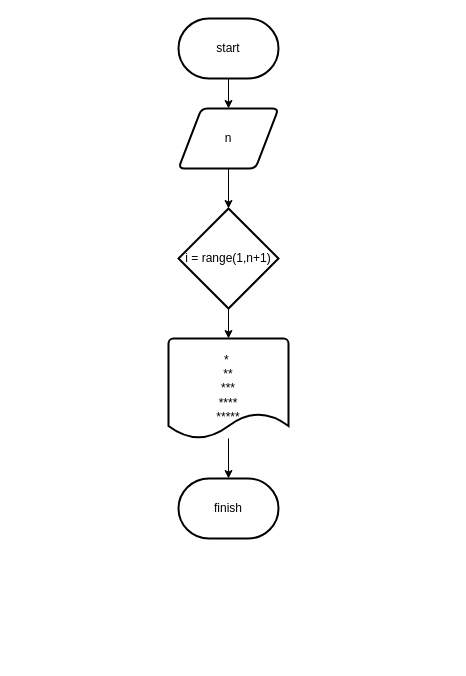
This is stage/03_loop/2438.drawio from Gyeongrok-Oh/boj, a draw.io file, before an edit. Source tidied: cells renumbered, new cells numbered last; positions are measured from the earlier drawing's top-left corner, leaving out a move shared by most shapes. Both pictures are drawn from the tidied source at 100%, with x=0, y=0 at pixel (168, 18).
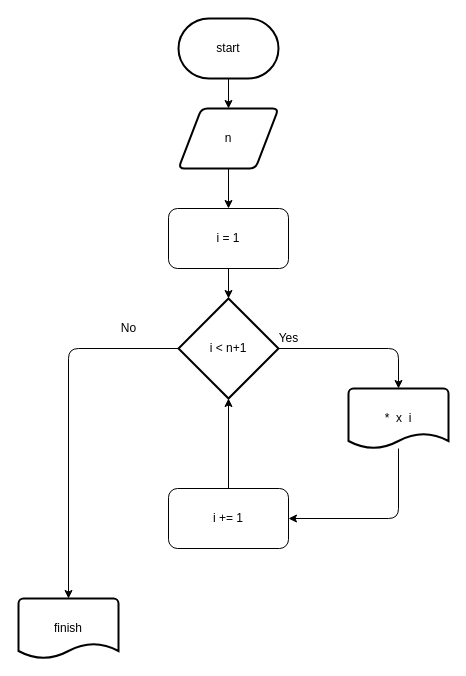
Above is the later version.

Commit message:
changed the drawio to While loop

Diff of the diagram source:
```diff
@@
-    <mxCell id="6" style="edgeStyle=none;html=1;" parent="1" edge="1" source="7">
-      <mxGeometry relative="1" as="geometry">
-        <mxPoint x="60" y="320" as="targetPoint" />
-      </mxGeometry>
-    </mxCell>
-    <mxCell id="7" value="i = range(1,n+1)" style="strokeWidth=2;html=1;shape=mxgraph.flowchart.decision;whiteSpace=wrap;" parent="1" vertex="1">
-      <mxGeometry x="10" y="190" width="100" height="100" as="geometry" />
-    </mxCell>
-    <mxCell id="8" style="edgeStyle=none;html=1;" parent="1" edge="1" source="9">
-      <mxGeometry relative="1" as="geometry">
-        <mxPoint x="60" y="460" as="targetPoint" />
-      </mxGeometry>
-    </mxCell>
-    <mxCell id="9" value="*&amp;nbsp;&lt;br&gt;**&lt;br&gt;***&lt;br&gt;****&lt;br&gt;*****" style="strokeWidth=2;html=1;shape=mxgraph.flowchart.document2;whiteSpace=wrap;size=0.25;" parent="1" vertex="1">
-      <mxGeometry y="320" width="120" height="100" as="geometry" />
-    </mxCell>
+    <mxCell id="11" style="edgeStyle=none;html=1;" parent="1" edge="1" source="10">
+      <mxGeometry relative="1" as="geometry">
+        <mxPoint x="60" y="280" as="targetPoint" />
+      </mxGeometry>
+    </mxCell>
-    <mxCell id="10" value="finish" style="strokeWidth=2;html=1;shape=mxgraph.flowchart.terminator;whiteSpace=wrap;" parent="1" vertex="1">
-      <mxGeometry x="10" y="460" width="100" height="60" as="geometry" />
+    <mxCell id="10" value="i = 1" style="rounded=1;whiteSpace=wrap;html=1;" parent="1" vertex="1">
+      <mxGeometry y="190" width="120" height="60" as="geometry" />
     </mxCell>
+    <mxCell id="12" style="edgeStyle=none;html=1;" parent="1" edge="1" source="14">
+      <mxGeometry relative="1" as="geometry">
+        <mxPoint x="230" y="370" as="targetPoint" />
+        <Array as="points">
+          <mxPoint x="230" y="330" />
+        </Array>
+      </mxGeometry>
+    </mxCell>
+    <mxCell id="13" style="edgeStyle=none;html=1;" parent="1" edge="1" source="14">
+      <mxGeometry relative="1" as="geometry">
+        <mxPoint x="-100" y="580" as="targetPoint" />
+        <Array as="points">
+          <mxPoint x="-100" y="330" />
+        </Array>
+      </mxGeometry>
+    </mxCell>
+    <mxCell id="14" value="i &amp;lt; n+1" style="strokeWidth=2;html=1;shape=mxgraph.flowchart.decision;whiteSpace=wrap;" parent="1" vertex="1">
+      <mxGeometry x="10" y="280" width="100" height="100" as="geometry" />
+    </mxCell>
+    <mxCell id="15" value="Yes" style="text;html=1;align=center;verticalAlign=middle;strokeColor=none;fillColor=none;" parent="1" vertex="1">
+      <mxGeometry x="105" y="310" width="30" height="20" as="geometry" />
+    </mxCell>
+    <mxCell id="16" style="edgeStyle=none;html=1;entryX=1;entryY=0.5;entryDx=0;entryDy=0;" parent="1" edge="1" source="17" target="19">
+      <mxGeometry relative="1" as="geometry">
+        <Array as="points">
+          <mxPoint x="230" y="500" />
+        </Array>
+      </mxGeometry>
+    </mxCell>
+    <mxCell id="17" value="*&amp;nbsp; x&amp;nbsp; i" style="strokeWidth=2;html=1;shape=mxgraph.flowchart.document2;whiteSpace=wrap;size=0.25;" parent="1" vertex="1">
+      <mxGeometry x="180" y="370" width="100" height="60" as="geometry" />
+    </mxCell>
+    <mxCell id="18" style="edgeStyle=none;html=1;entryX=0.5;entryY=1;entryDx=0;entryDy=0;entryPerimeter=0;" parent="1" edge="1" source="19" target="14">
+      <mxGeometry relative="1" as="geometry" />
+    </mxCell>
+    <mxCell id="19" value="i += 1" style="rounded=1;whiteSpace=wrap;html=1;" parent="1" vertex="1">
+      <mxGeometry y="470" width="120" height="60" as="geometry" />
+    </mxCell>
+    <mxCell id="20" value="No" style="text;html=1;align=center;verticalAlign=middle;strokeColor=none;fillColor=none;" parent="1" vertex="1">
+      <mxGeometry x="-55" y="300" width="30" height="20" as="geometry" />
+    </mxCell>
+    <mxCell id="21" value="finish" style="strokeWidth=2;html=1;shape=mxgraph.flowchart.document2;whiteSpace=wrap;size=0.25;" parent="1" vertex="1">
+      <mxGeometry x="-150" y="580" width="100" height="60" as="geometry" />
+    </mxCell>
```
